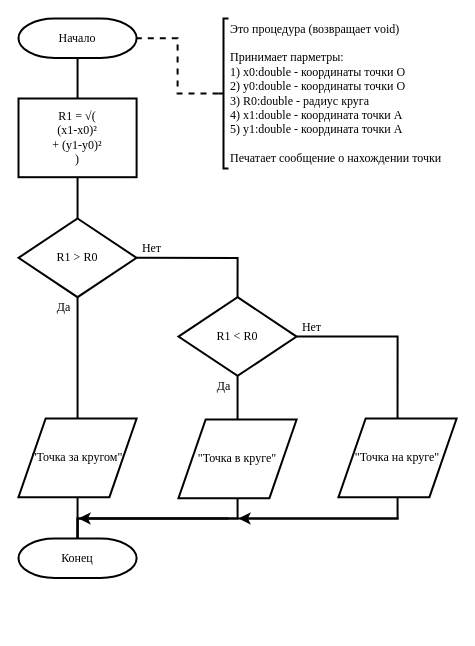
Before: sources/flowcharts/5.drawio in BrSTU-PO4-190333/1sem_OAiP, a draw.io diagram. Source tidied: cells renumbered, new cells numbered last; positions are measured from the earlier drawing's top-left corner, leaving out a move shared by most shapes. Both pictures are drawn from the tidied source at 100%, with x=0, y=0 at pixel (18, 18).
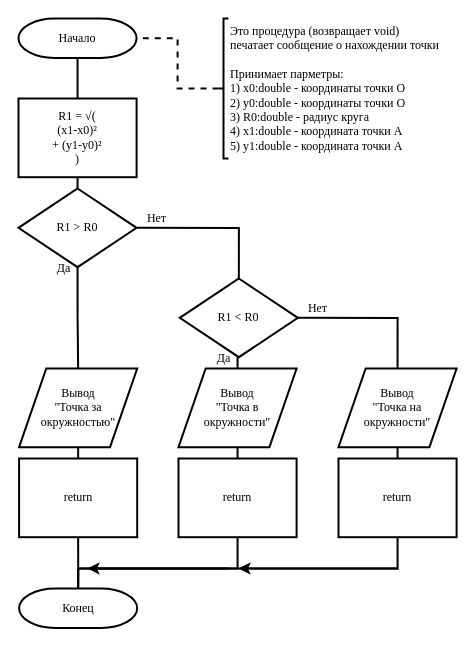
After the change.

What changed in the source:
```diff
@@
+    <mxCell id="7" style="edgeStyle=orthogonalEdgeStyle;rounded=0;jettySize=auto;html=1;exitX=0.5;exitY=1;exitDx=0;exitDy=0;exitPerimeter=0;entryX=0.5;entryY=0;entryDx=0;entryDy=0;strokeWidth=2;endArrow=none;endFill=0;fontFamily=Times New Roman;" parent="1" edge="1" source="8" target="13">
+      <mxGeometry relative="1" as="geometry" />
+    </mxCell>
-    <mxCell id="6" style="edgeStyle=orthogonalEdgeStyle;rounded=0;jettySize=auto;html=1;exitX=1;exitY=0.5;exitDx=0;exitDy=0;exitPerimeter=0;entryX=0.5;entryY=0;entryDx=0;entryDy=0;entryPerimeter=0;strokeWidth=2;endArrow=none;endFill=0;fontFamily=Times New Roman;" parent="1" edge="1" source="8" target="11">
+    <mxCell id="6" style="edgeStyle=orthogonalEdgeStyle;rounded=0;jettySize=auto;html=1;exitX=1;exitY=0.5;exitDx=0;exitDy=0;exitPerimeter=0;entryX=0.5;entryY=0;entryDx=0;entryDy=0;entryPerimeter=0;endArrow=none;endFill=0;strokeWidth=2;fontFamily=Times New Roman;" parent="1" edge="1" source="8" target="11">
       <mxGeometry relative="1" as="geometry" />
     </mxCell>
-    <mxCell id="7" style="edgeStyle=orthogonalEdgeStyle;rounded=0;jettySize=auto;html=1;exitX=0.5;exitY=1;exitDx=0;exitDy=0;exitPerimeter=0;entryX=0.5;entryY=0;entryDx=0;entryDy=0;strokeWidth=2;endArrow=none;endFill=0;fontFamily=Times New Roman;" parent="1" edge="1" source="8" target="13">
-      <mxGeometry relative="1" as="geometry" />
-    </mxCell>
     <mxCell id="8" value="R1 &amp;gt; R0" style="strokeWidth=2;html=1;shape=mxgraph.flowchart.decision;whiteSpace=wrap;rounded=0;fillColor=default;fontFamily=Times New Roman;" parent="1" vertex="1">
-      <mxGeometry y="200" width="118.1" height="78.7" as="geometry" />
+      <mxGeometry y="170" width="118.1" height="78.7" as="geometry" />
     </mxCell>
-    <mxCell id="9" style="edgeStyle=orthogonalEdgeStyle;rounded=0;jettySize=auto;html=1;exitX=0.5;exitY=1;exitDx=0;exitDy=0;exitPerimeter=0;entryX=0.5;entryY=0;entryDx=0;entryDy=0;strokeWidth=2;endArrow=none;endFill=0;fontFamily=Times New Roman;" parent="1" edge="1" source="11" target="15">
+    <mxCell id="9" style="edgeStyle=orthogonalEdgeStyle;rounded=0;jettySize=auto;html=1;exitX=0.5;exitY=1;exitDx=0;exitDy=0;exitPerimeter=0;entryX=0.5;entryY=0;entryDx=0;entryDy=0;endArrow=none;endFill=0;strokeWidth=2;fontFamily=Times New Roman;" parent="1" edge="1" source="11" target="15">
       <mxGeometry relative="1" as="geometry" />
     </mxCell>
-    <mxCell id="10" style="edgeStyle=orthogonalEdgeStyle;rounded=0;jettySize=auto;html=1;exitX=1;exitY=0.5;exitDx=0;exitDy=0;exitPerimeter=0;entryX=0.5;entryY=0;entryDx=0;entryDy=0;strokeWidth=2;endArrow=none;endFill=0;fontFamily=Times New Roman;" parent="1" edge="1" source="11" target="17">
+    <mxCell id="10" style="edgeStyle=orthogonalEdgeStyle;rounded=0;jettySize=auto;html=1;exitX=1;exitY=0.5;exitDx=0;exitDy=0;exitPerimeter=0;entryX=0.5;entryY=0;entryDx=0;entryDy=0;endArrow=none;endFill=0;strokeWidth=2;fontFamily=Times New Roman;" parent="1" edge="1" source="11" target="17">
       <mxGeometry relative="1" as="geometry" />
     </mxCell>
     <mxCell id="11" value="R1 &amp;lt; R0" style="strokeWidth=2;html=1;shape=mxgraph.flowchart.decision;whiteSpace=wrap;rounded=0;fillColor=default;fontFamily=Times New Roman;" parent="1" vertex="1">
-      <mxGeometry x="160" y="278.7" width="118.1" height="78.7" as="geometry" />
+      <mxGeometry x="161.3" y="260" width="118.1" height="78.7" as="geometry" />
     </mxCell>
-    <mxCell id="12" style="edgeStyle=orthogonalEdgeStyle;rounded=0;jettySize=auto;html=1;exitX=0.5;exitY=1;exitDx=0;exitDy=0;entryX=0.5;entryY=0;entryDx=0;entryDy=0;entryPerimeter=0;endArrow=none;endFill=0;strokeWidth=2;fontFamily=Times New Roman;" parent="1" edge="1" source="13" target="18">
-      <mxGeometry relative="1" as="geometry" />
-    </mxCell>
+    <mxCell id="27" style="edgeStyle=orthogonalEdgeStyle;rounded=0;jettySize=auto;html=1;exitX=0.5;exitY=1;exitDx=0;exitDy=0;entryX=0.5;entryY=0;entryDx=0;entryDy=0;endArrow=none;endFill=0;strokeWidth=2;fontFamily=Times New Roman;" parent="1" edge="1" source="13" target="31">
+      <mxGeometry relative="1" as="geometry" />
+    </mxCell>
-    <mxCell id="13" value="&quot;Точка за кругом&quot;" style="shape=parallelogram;html=1;strokeWidth=2;perimeter=parallelogramPerimeter;whiteSpace=wrap;rounded=0;arcSize=12;size=0.23;fillColor=default;fontFamily=Times New Roman;" parent="1" vertex="1">
-      <mxGeometry y="400" width="118.1" height="78.7" as="geometry" />
+    <mxCell id="13" value="Вывод&lt;br&gt;&quot;Точка за окружностью&quot;" style="shape=parallelogram;html=1;strokeWidth=2;perimeter=parallelogramPerimeter;whiteSpace=wrap;rounded=0;arcSize=12;size=0.23;fillColor=default;fontFamily=Times New Roman;" parent="1" vertex="1">
+      <mxGeometry x="0.6" y="350" width="118.1" height="78.7" as="geometry" />
     </mxCell>
-    <mxCell id="14" style="edgeStyle=orthogonalEdgeStyle;rounded=0;jettySize=auto;html=1;exitX=0.5;exitY=1;exitDx=0;exitDy=0;entryX=0.5;entryY=0;entryDx=0;entryDy=0;entryPerimeter=0;endArrow=none;endFill=0;strokeWidth=2;fontFamily=Times New Roman;" parent="1" edge="1" source="15" target="18">
-      <mxGeometry relative="1" as="geometry" />
-    </mxCell>
+    <mxCell id="28" style="edgeStyle=orthogonalEdgeStyle;rounded=0;jettySize=auto;html=1;exitX=0.5;exitY=1;exitDx=0;exitDy=0;entryX=0.5;entryY=0;entryDx=0;entryDy=0;endArrow=none;endFill=0;strokeWidth=2;fontFamily=Times New Roman;" parent="1" edge="1" source="15" target="33">
+      <mxGeometry relative="1" as="geometry" />
+    </mxCell>
-    <mxCell id="15" value="&quot;Точка в круге&quot;" style="shape=parallelogram;html=1;strokeWidth=2;perimeter=parallelogramPerimeter;whiteSpace=wrap;rounded=0;arcSize=12;size=0.23;fillColor=default;fontFamily=Times New Roman;" parent="1" vertex="1">
-      <mxGeometry x="160" y="401" width="118.1" height="78.7" as="geometry" />
+    <mxCell id="15" value="Вывод&lt;br&gt;&quot;Точка в&lt;br&gt;окружности&quot;" style="shape=parallelogram;html=1;strokeWidth=2;perimeter=parallelogramPerimeter;whiteSpace=wrap;rounded=0;arcSize=12;size=0.23;fillColor=default;fontFamily=Times New Roman;" parent="1" vertex="1">
+      <mxGeometry x="160" y="350" width="118.1" height="78.7" as="geometry" />
     </mxCell>
-    <mxCell id="16" style="edgeStyle=orthogonalEdgeStyle;rounded=0;jettySize=auto;html=1;exitX=0.5;exitY=1;exitDx=0;exitDy=0;entryX=0.5;entryY=0;entryDx=0;entryDy=0;entryPerimeter=0;endArrow=none;endFill=0;strokeWidth=2;fontFamily=Times New Roman;" parent="1" edge="1" source="17" target="18">
-      <mxGeometry relative="1" as="geometry">
-        <Array as="points">
-          <mxPoint x="379" y="500" />
-          <mxPoint x="59" y="500" />
-        </Array>
-      </mxGeometry>
-    </mxCell>
+    <mxCell id="29" style="edgeStyle=orthogonalEdgeStyle;rounded=0;jettySize=auto;html=1;exitX=0.5;exitY=1;exitDx=0;exitDy=0;entryX=0.5;entryY=0;entryDx=0;entryDy=0;endArrow=none;endFill=0;strokeWidth=2;fontFamily=Times New Roman;" parent="1" edge="1" source="17" target="35">
+      <mxGeometry relative="1" as="geometry" />
+    </mxCell>
-    <mxCell id="17" value="&quot;Точка на круге&quot;" style="shape=parallelogram;html=1;strokeWidth=2;perimeter=parallelogramPerimeter;whiteSpace=wrap;rounded=0;arcSize=12;size=0.23;fillColor=default;fontFamily=Times New Roman;" parent="1" vertex="1">
-      <mxGeometry x="320" y="400" width="118.1" height="78.7" as="geometry" />
+    <mxCell id="17" value="Вывод&lt;br&gt;&quot;Точка на&lt;br&gt;окружности&quot;" style="shape=parallelogram;html=1;strokeWidth=2;perimeter=parallelogramPerimeter;whiteSpace=wrap;rounded=0;arcSize=12;size=0.23;fillColor=default;fontFamily=Times New Roman;" parent="1" vertex="1">
+      <mxGeometry x="320" y="350" width="118.1" height="78.7" as="geometry" />
     </mxCell>
     <mxCell id="18" value="Конец" style="strokeWidth=2;html=1;shape=mxgraph.flowchart.terminator;whiteSpace=wrap;rounded=0;fontFamily=Times New Roman;fillColor=default;" parent="1" vertex="1">
-      <mxGeometry y="520" width="118.1" height="39.4" as="geometry" />
+      <mxGeometry x="0.6" y="570" width="118.1" height="39.4" as="geometry" />
     </mxCell>
-    <mxCell id="19" style="endArrow=classic;html=1;rounded=0;strokeWidth=2;fontFamily=Times New Roman;" parent="1" edge="1">
-      <mxGeometry relative="1" as="geometry">
-        <mxPoint x="380" y="500" as="sourcePoint" />
-        <mxPoint x="220" y="500" as="targetPoint" />
-      </mxGeometry>
-    </mxCell>
-    <mxCell id="20" style="endArrow=classic;html=1;rounded=0;strokeWidth=2;fontFamily=Times New Roman;" parent="1" edge="1">
-      <mxGeometry relative="1" as="geometry">
-        <mxPoint x="210" y="500" as="sourcePoint" />
-        <mxPoint x="60" y="500" as="targetPoint" />
-      </mxGeometry>
-    </mxCell>
@@
-    <mxCell id="22" value="Это процедура (возвращает void)&lt;br&gt;&lt;br&gt;Принимает парметры:&lt;br&gt;1) x0:double - координаты точки O&lt;br&gt;2) y0:double - координаты точки O&lt;br&gt;3) R0:double - радиус круга&lt;br&gt;4) x1:double - координата точки A&lt;br&gt;5) y1:double - координата точки A&lt;br&gt;&lt;br&gt;Печатает сообщение о нахождении точки" style="strokeWidth=2;html=1;shape=mxgraph.flowchart.annotation_2;align=left;labelPosition=right;rounded=0;fontFamily=Times New Roman;fillColor=none;" parent="1" vertex="1">
-      <mxGeometry x="200" width="10" height="150" as="geometry" />
+    <mxCell id="22" value="Это процедура (возвращает void)&lt;br&gt;печатает сообщение о нахождении точки&lt;br&gt;&lt;br&gt;Принимает парметры:&lt;br&gt;1) x0:double - координаты точки O&lt;br&gt;2) y0:double - координаты точки O&lt;br&gt;3) R0:double - радиус круга&lt;br&gt;4) x1:double - координата точки A&lt;br&gt;5) y1:double - координата точки A" style="strokeWidth=2;html=1;shape=mxgraph.flowchart.annotation_2;align=left;labelPosition=right;rounded=0;fontFamily=Times New Roman;fillColor=none;" parent="1" vertex="1">
+      <mxGeometry x="200" width="10" height="140" as="geometry" />
     </mxCell>
-    <mxCell id="23" value="Нет" style="text;html=1;align=center;verticalAlign=middle;strokeColor=none;fillColor=none;fontFamily=Times New Roman;" parent="1" vertex="1">
-      <mxGeometry x="118.1" y="220" width="30" height="20" as="geometry" />
-    </mxCell>
-    <mxCell id="24" value="Нет" style="text;html=1;align=center;verticalAlign=middle;strokeColor=none;fillColor=none;fontFamily=Times New Roman;" parent="1" vertex="1">
-      <mxGeometry x="278.1" y="298.7" width="30" height="20" as="geometry" />
-    </mxCell>
-    <mxCell id="25" value="Да" style="text;html=1;align=center;verticalAlign=middle;strokeColor=none;fillColor=none;fontFamily=Times New Roman;" parent="1" vertex="1">
-      <mxGeometry x="190" y="357.5" width="30" height="20" as="geometry" />
-    </mxCell>
-    <mxCell id="26" value="Да" style="text;html=1;align=center;verticalAlign=middle;strokeColor=none;fillColor=none;fontFamily=Times New Roman;" parent="1" vertex="1">
-      <mxGeometry x="30" y="278.7" width="30" height="20" as="geometry" />
-    </mxCell>
+    <mxCell id="30" style="edgeStyle=orthogonalEdgeStyle;rounded=0;jettySize=auto;html=1;exitX=0.5;exitY=1;exitDx=0;exitDy=0;entryX=0.5;entryY=0;entryDx=0;entryDy=0;entryPerimeter=0;endArrow=none;endFill=0;strokeWidth=2;fontFamily=Times New Roman;" parent="1" edge="1" source="31" target="18">
+      <mxGeometry relative="1" as="geometry">
+        <Array as="points">
+          <mxPoint x="60" y="544" />
+        </Array>
+      </mxGeometry>
+    </mxCell>
+    <mxCell id="31" value="return" style="rounded=0;whiteSpace=wrap;html=1;absoluteArcSize=1;arcSize=14;strokeWidth=2;fontFamily=Times New Roman;fillColor=default;" parent="1" vertex="1">
+      <mxGeometry x="0.6" y="440" width="118.1" height="78.7" as="geometry" />
+    </mxCell>
+    <mxCell id="32" style="edgeStyle=orthogonalEdgeStyle;rounded=0;jettySize=auto;html=1;exitX=0.5;exitY=1;exitDx=0;exitDy=0;entryX=0.5;entryY=0;entryDx=0;entryDy=0;entryPerimeter=0;endArrow=none;endFill=0;strokeWidth=2;fontFamily=Times New Roman;" parent="1" edge="1" source="33" target="18">
+      <mxGeometry relative="1" as="geometry">
+        <Array as="points">
+          <mxPoint x="219" y="550" />
+          <mxPoint x="59" y="550" />
+        </Array>
+      </mxGeometry>
+    </mxCell>
+    <mxCell id="33" value="return" style="rounded=0;whiteSpace=wrap;html=1;absoluteArcSize=1;arcSize=14;strokeWidth=2;fontFamily=Times New Roman;fillColor=default;" parent="1" vertex="1">
+      <mxGeometry x="160" y="440" width="118.1" height="78.7" as="geometry" />
+    </mxCell>
+    <mxCell id="34" style="edgeStyle=orthogonalEdgeStyle;rounded=0;jettySize=auto;html=1;exitX=0.5;exitY=1;exitDx=0;exitDy=0;entryX=0.5;entryY=0;entryDx=0;entryDy=0;entryPerimeter=0;endArrow=none;endFill=0;strokeWidth=2;fontFamily=Times New Roman;" parent="1" edge="1" source="35" target="18">
+      <mxGeometry relative="1" as="geometry">
+        <Array as="points">
+          <mxPoint x="379" y="550" />
+          <mxPoint x="59" y="550" />
+        </Array>
+      </mxGeometry>
+    </mxCell>
+    <mxCell id="35" value="return" style="rounded=0;whiteSpace=wrap;html=1;absoluteArcSize=1;arcSize=14;strokeWidth=2;fontFamily=Times New Roman;fillColor=default;" parent="1" vertex="1">
+      <mxGeometry x="320" y="440" width="118.1" height="78.7" as="geometry" />
+    </mxCell>
+    <mxCell id="36" style="endArrow=classic;html=1;rounded=0;strokeWidth=2;fontFamily=Times New Roman;" parent="1" edge="1">
+      <mxGeometry relative="1" as="geometry">
+        <mxPoint x="380" y="550" as="sourcePoint" />
+        <mxPoint x="220" y="550" as="targetPoint" />
+      </mxGeometry>
+    </mxCell>
+    <mxCell id="37" style="endArrow=classic;html=1;rounded=0;strokeWidth=2;fontFamily=Times New Roman;" parent="1" edge="1">
+      <mxGeometry relative="1" as="geometry">
+        <mxPoint x="210" y="550" as="sourcePoint" />
+        <mxPoint x="69" y="550" as="targetPoint" />
+      </mxGeometry>
+    </mxCell>
+    <mxCell id="38" value="Да" style="text;html=1;align=center;verticalAlign=middle;strokeColor=none;fillColor=none;fontFamily=Times New Roman;" parent="1" vertex="1">
+      <mxGeometry x="30" y="240" width="30" height="20" as="geometry" />
+    </mxCell>
+    <mxCell id="39" value="Да" style="text;html=1;align=center;verticalAlign=middle;strokeColor=none;fillColor=none;fontFamily=Times New Roman;" parent="1" vertex="1">
+      <mxGeometry x="190" y="330" width="30" height="20" as="geometry" />
+    </mxCell>
+    <mxCell id="40" value="Нет" style="text;html=1;align=center;verticalAlign=middle;strokeColor=none;fillColor=none;fontFamily=Times New Roman;" parent="1" vertex="1">
+      <mxGeometry x="123.1" y="190" width="30" height="20" as="geometry" />
+    </mxCell>
+    <mxCell id="41" value="Нет" style="text;html=1;align=center;verticalAlign=middle;strokeColor=none;fillColor=none;fontFamily=Times New Roman;" parent="1" vertex="1">
+      <mxGeometry x="284.4" y="280" width="30" height="20" as="geometry" />
+    </mxCell>
```
